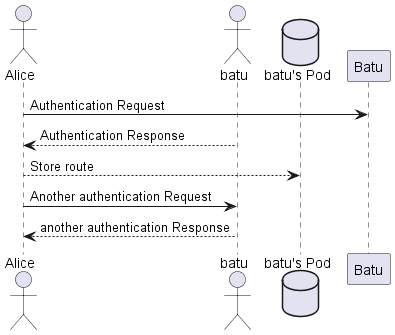
Earlier version of the PlantUML export images/Sequence diagram.png (Arquisoft/lomap_en3b).
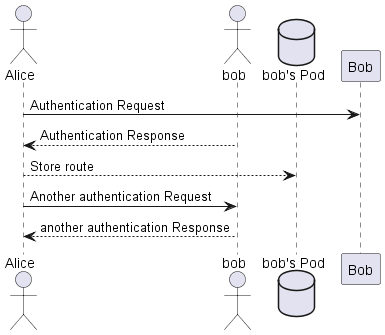
The same file after the commit.

Diff of the diagram source:
```diff
@@ -1,10 +1,10 @@
 @startuml
 actor Alice
-actor batu
-database Pod as "batu's Pod"
-Alice -> Batu: Authentication Request
-batu --> Alice: Authentication Response
+actor bob
+database Pod as "bob's Pod"
+Alice -> Bob: Authentication Request
+bob --> Alice: Authentication Response
 Alice  --> Pod: Store route
-Alice ->batu: Another authentication Request
-Alice <-- batu: another authentication Response
+Alice ->bob: Another authentication Request
+Alice <-- bob: another authentication Response
 @enduml
```
